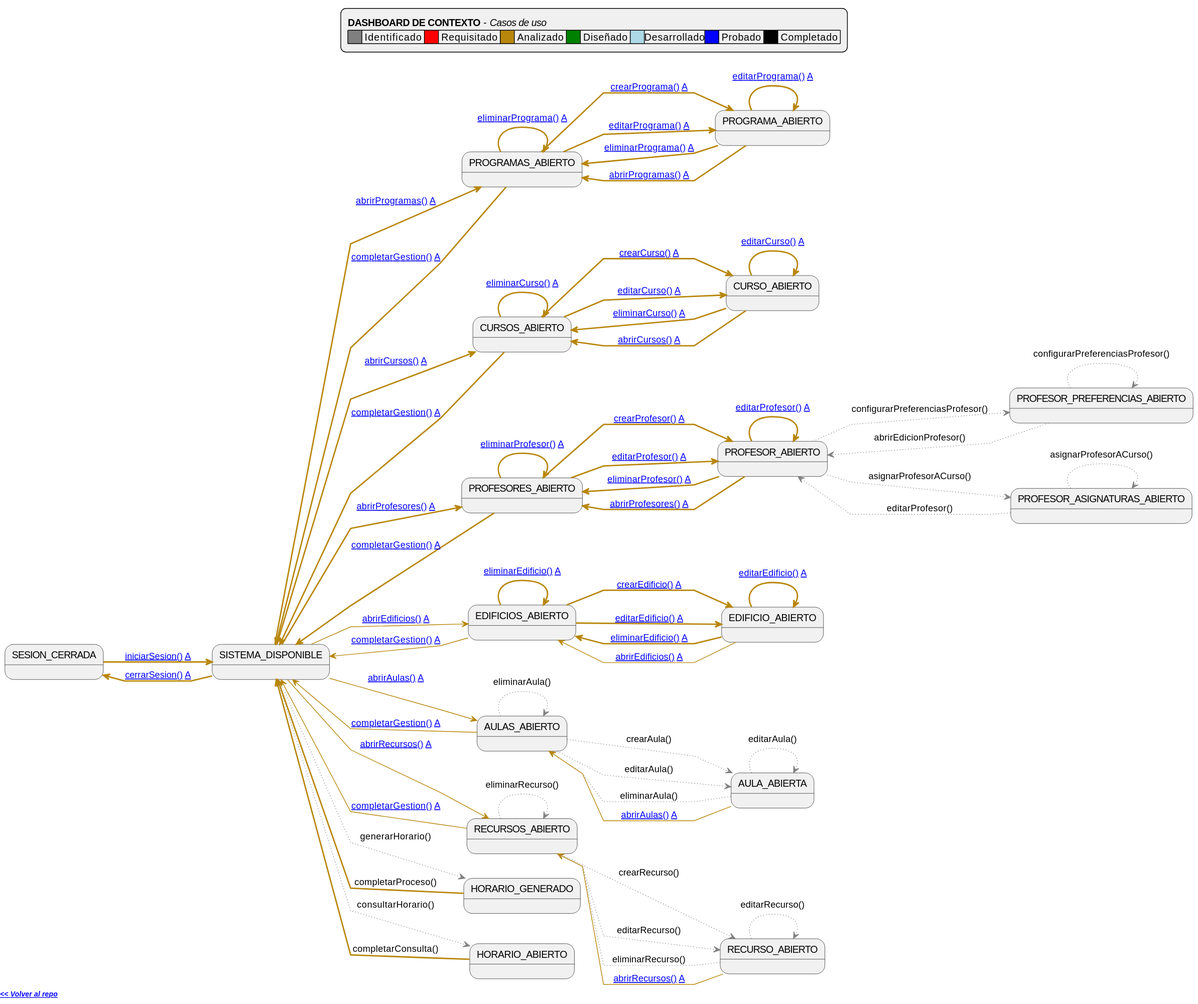
Earlier version of the PlantUML export images/RUP/99-seguimiento/diagrama-contexto-administrador.svg (Hexcss/scheduler).
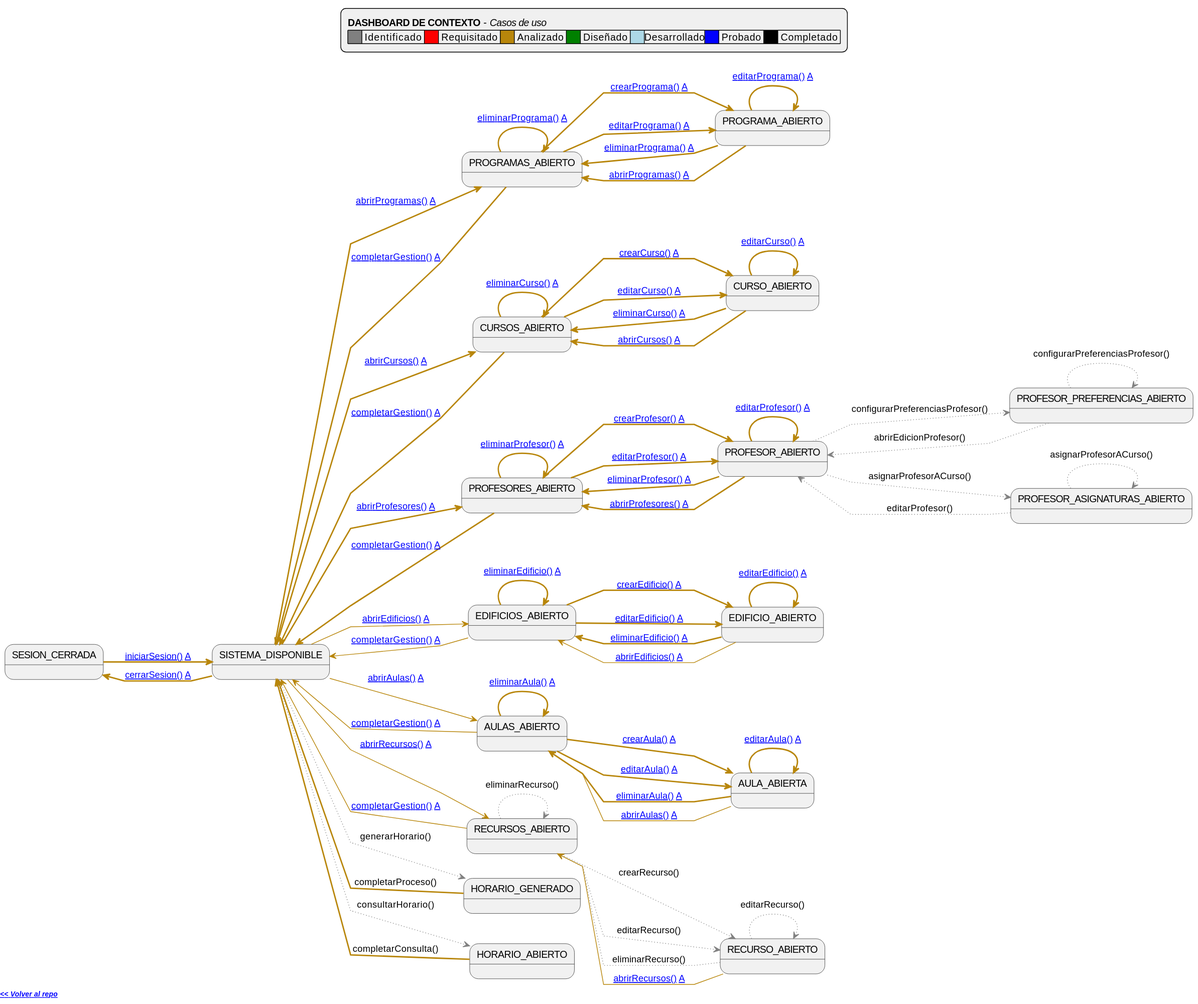
Later version of the same file.

Commit message:
fix(dashboard): actualizar diagrama de contexto con hilo Aulas completado

- Actualizar transiciones del hilo Aulas de gris a #darkgoldenrod,bold
- Agregar enlaces absolutos completos para navegación GitHub
- Mantener consistencia visual con patrón establecido en hilo Edificios
- SVG regenerado para dashboard visual actualizado

🤖 Generated with [Claude Code](https://claude.ai/code)

Diff of the diagram source:
```diff
@@ -86,11 +86,11 @@
 EditEdificio -[#darkgoldenrod,bold]-> EditEdificio: [[https://github.com/mmasias/pySigHor/blob/main/RUP/00-casos-uso/02-detalle/editarEdificio/README.md editarEdificio()]] [[https://github.com/mmasias/pySigHor/blob/main/RUP/01-analisis/casos-uso/editarEdificio/README.md A]]
 EditEdificio -[#darkgoldenrod,bold]-> ListEdificios: [[https://github.com/mmasias/pySigHor/blob/main/RUP/00-casos-uso/02-detalle/eliminarEdificio/README.md eliminarEdificio()]] [[https://github.com/mmasias/pySigHor/blob/main/RUP/01-analisis/casos-uso/eliminarEdificio/README.md A]]
 EditEdificio -[#darkgoldenrod]-> ListEdificios: [[https://github.com/mmasias/pySigHor/blob/main/RUP/00-casos-uso/02-detalle/abrirEdificios/README.md abrirEdificios()]] [[https://github.com/mmasias/pySigHor/blob/main/RUP/01-analisis/casos-uso/abrirEdificios/README.md A]]
-ListAulas -[#gray,dotted]-> EditAula: crearAula()
-ListAulas -[#gray,dotted]-> EditAula: editarAula()
-ListAulas -[#gray,dotted]-> ListAulas: eliminarAula()
-EditAula -[#gray,dotted]-> EditAula: editarAula()
-EditAula -[#gray,dotted]-> ListAulas: eliminarAula()
+ListAulas -[#darkgoldenrod,bold]-> EditAula: [[https://github.com/mmasias/pySigHor/blob/main/RUP/00-casos-uso/02-detalle/crearAula/README.md crearAula()]] [[https://github.com/mmasias/pySigHor/blob/main/RUP/01-analisis/casos-uso/crearAula/README.md A]]
+ListAulas -[#darkgoldenrod,bold]-> EditAula: [[https://github.com/mmasias/pySigHor/blob/main/RUP/00-casos-uso/02-detalle/editarAula/README.md editarAula()]] [[https://github.com/mmasias/pySigHor/blob/main/RUP/01-analisis/casos-uso/editarAula/README.md A]]
+ListAulas -[#darkgoldenrod,bold]-> ListAulas: [[https://github.com/mmasias/pySigHor/blob/main/RUP/00-casos-uso/02-detalle/eliminarAula/README.md eliminarAula()]] [[https://github.com/mmasias/pySigHor/blob/main/RUP/01-analisis/casos-uso/eliminarAula/README.md A]]
+EditAula -[#darkgoldenrod,bold]-> EditAula: [[https://github.com/mmasias/pySigHor/blob/main/RUP/00-casos-uso/02-detalle/editarAula/README.md editarAula()]] [[https://github.com/mmasias/pySigHor/blob/main/RUP/01-analisis/casos-uso/editarAula/README.md A]]
+EditAula -[#darkgoldenrod,bold]-> ListAulas: [[https://github.com/mmasias/pySigHor/blob/main/RUP/00-casos-uso/02-detalle/eliminarAula/README.md eliminarAula()]] [[https://github.com/mmasias/pySigHor/blob/main/RUP/01-analisis/casos-uso/eliminarAula/README.md A]]
 EditAula -[#darkgoldenrod]-> ListAulas: [[https://github.com/mmasias/pySigHor/blob/main/RUP/00-casos-uso/02-detalle/abrirAulas/README.md abrirAulas()]] [[https://github.com/mmasias/pySigHor/blob/main/RUP/01-analisis/casos-uso/abrirAulas/README.md A]]
 ListRecursos -[#gray,dotted]-> EditRecurso: crearRecurso()
 ListRecursos -[#gray,dotted]-> EditRecurso: editarRecurso()
```
